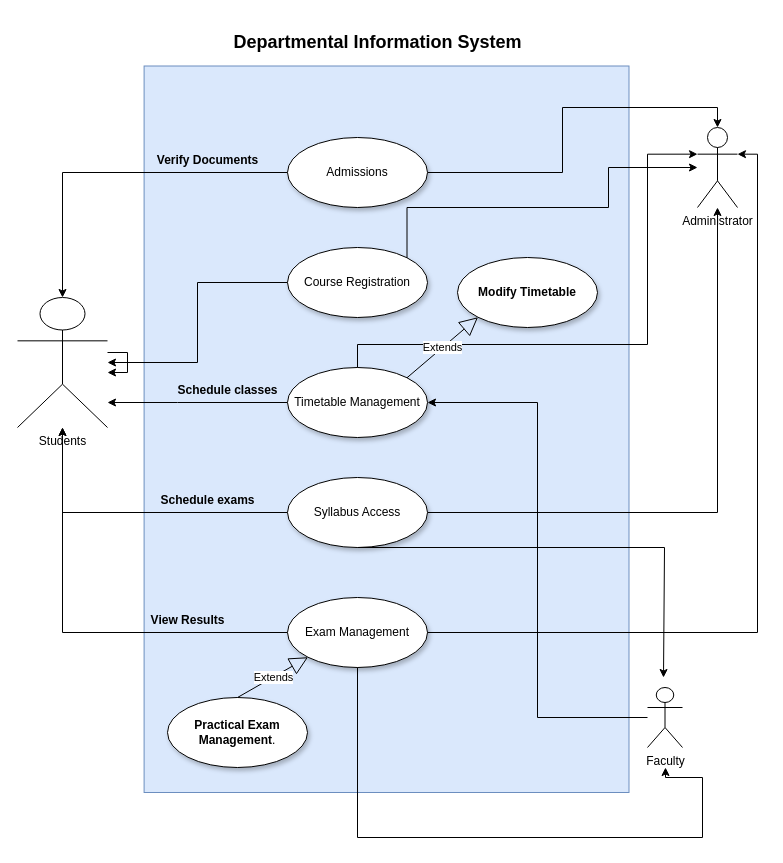
The draw.io diagram Lab1.drawio in AdityaJyoti2002/calendar-, before the edit. Source tidied: cells renumbered, new cells numbered last; positions are measured from the earlier drawing's top-left corner, leaving out a move shared by most shapes. Both pictures are drawn from the tidied source at 100%, with x=0, y=0 at pixel (17, 17).
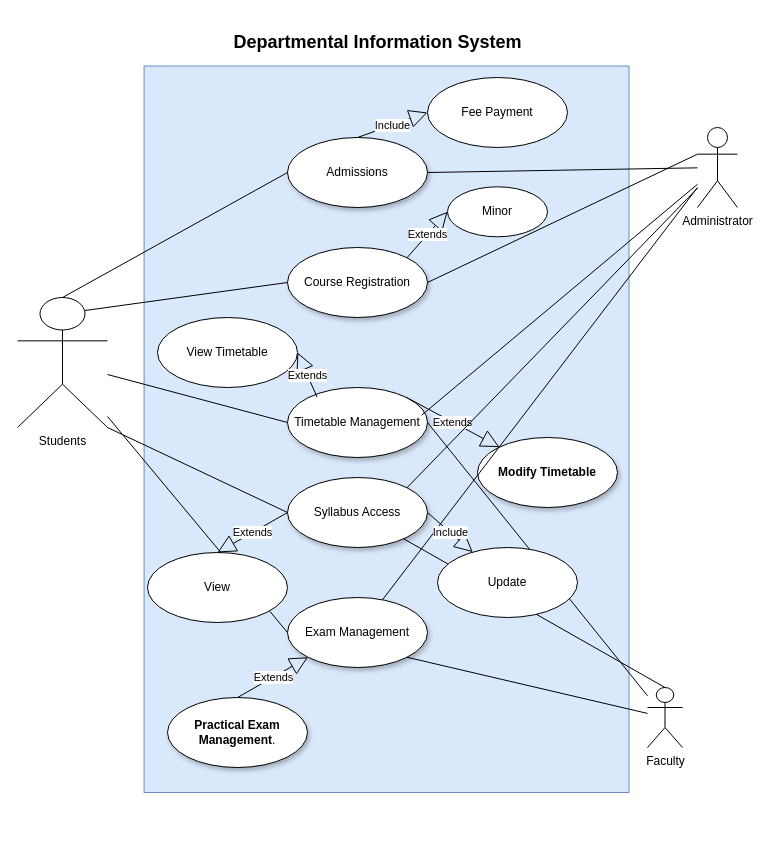
After the change.

The change refers to these unchanged cells:
```xml
<mxCell id="3" value="Students" style="shape=umlActor;verticalLabelPosition=bottom;verticalAlign=top;html=1;outlineConnect=0;" parent="1" vertex="1">
  <mxGeometry y="280" width="90" height="130" as="geometry" />
</mxCell>
<mxCell id="7" value="Course Registration" style="ellipse;whiteSpace=wrap;html=1;shadow=1;" parent="1" vertex="1">
  <mxGeometry x="270" y="230" width="140" height="70" as="geometry" />
</mxCell>
<mxCell id="12" value="Syllabus Access" style="ellipse;whiteSpace=wrap;html=1;shadow=1;" parent="1" vertex="1">
  <mxGeometry x="270" y="460" width="140" height="70" as="geometry" />
</mxCell>
<mxCell id="14" value="Exam Management" style="ellipse;whiteSpace=wrap;html=1;shadow=1;" parent="1" vertex="1">
  <mxGeometry x="270" y="580" width="140" height="70" as="geometry" />
</mxCell>
<mxCell id="15" value="Administrator" style="shape=umlActor;verticalLabelPosition=bottom;verticalAlign=top;html=1;" parent="1" vertex="1">
  <mxGeometry x="680" y="110" width="40" height="80" as="geometry" />
</mxCell>
<mxCell id="17" value="Faculty" style="shape=umlActor;verticalLabelPosition=bottom;verticalAlign=top;html=1;" parent="1" vertex="1">
  <mxGeometry x="630" y="670" width="35" height="60" as="geometry" />
</mxCell>
<mxCell id="29" value="Admissions" style="ellipse;whiteSpace=wrap;html=1;shadow=1;" parent="1" vertex="1">
  <mxGeometry x="270" y="120" width="140" height="70" as="geometry" />
</mxCell>
```

What changed in the source:
```diff
@@
-    <mxCell id="4" style="edgeStyle=orthogonalEdgeStyle;rounded=0;jettySize=auto;html=1;exitX=0;exitY=0.5;exitDx=0;exitDy=0;entryX=0.5;entryY=0;entryDx=0;entryDy=0;entryPerimeter=0;" parent="1" edge="1" source="29" target="3">
-      <mxGeometry relative="1" as="geometry" />
-    </mxCell>
-    <mxCell id="5" style="edgeStyle=orthogonalEdgeStyle;rounded=0;jettySize=auto;html=1;" parent="1" edge="1" source="7" target="3">
-      <mxGeometry relative="1" as="geometry" />
-    </mxCell>
-    <mxCell id="6" style="edgeStyle=orthogonalEdgeStyle;rounded=0;jettySize=auto;html=1;exitX=1;exitY=0;exitDx=0;exitDy=0;" parent="1" edge="1" source="7" target="15">
-      <mxGeometry relative="1" as="geometry">
-        <Array as="points">
-          <mxPoint x="390" y="190" />
-          <mxPoint x="591" y="190" />
-          <mxPoint x="591" y="150" />
-        </Array>
-      </mxGeometry>
-    </mxCell>
@@
-    <mxCell id="8" style="edgeStyle=orthogonalEdgeStyle;rounded=0;jettySize=auto;html=1;" parent="1" edge="1" source="9" target="3">
-      <mxGeometry relative="1" as="geometry">
-        <Array as="points">
-          <mxPoint x="160" y="385" />
-          <mxPoint x="160" y="385" />
-        </Array>
-      </mxGeometry>
-    </mxCell>
     <mxCell id="9" value="Timetable Management" style="ellipse;whiteSpace=wrap;html=1;shadow=1;" parent="1" vertex="1">
-      <mxGeometry x="270" y="350" width="140" height="70" as="geometry" />
+      <mxGeometry x="270" y="370" width="140" height="70" as="geometry" />
     </mxCell>
-    <mxCell id="10" style="edgeStyle=orthogonalEdgeStyle;rounded=0;jettySize=auto;html=1;" parent="1" edge="1" source="12" target="3">
-      <mxGeometry relative="1" as="geometry" />
-    </mxCell>
-    <mxCell id="11" style="edgeStyle=orthogonalEdgeStyle;rounded=0;jettySize=auto;html=1;" parent="1" edge="1" source="12" target="15">
-      <mxGeometry relative="1" as="geometry" />
-    </mxCell>
@@
-    <mxCell id="13" style="edgeStyle=orthogonalEdgeStyle;rounded=0;jettySize=auto;html=1;" parent="1" edge="1" source="14" target="3">
-      <mxGeometry relative="1" as="geometry" />
-    </mxCell>
@@
-    <mxCell id="16" style="edgeStyle=orthogonalEdgeStyle;rounded=0;jettySize=auto;html=1;entryX=1;entryY=0.5;entryDx=0;entryDy=0;" parent="1" edge="1" source="17" target="9">
-      <mxGeometry relative="1" as="geometry" />
-    </mxCell>
@@
-    <mxCell id="18" style="edgeStyle=orthogonalEdgeStyle;rounded=0;jettySize=auto;html=1;entryX=0.5;entryY=0;entryDx=0;entryDy=0;entryPerimeter=0;" parent="1" edge="1" source="29" target="15">
-      <mxGeometry relative="1" as="geometry" />
-    </mxCell>
-    <mxCell id="19" style="edgeStyle=orthogonalEdgeStyle;rounded=0;jettySize=auto;html=1;entryX=1;entryY=0.3333333333333333;entryDx=0;entryDy=0;entryPerimeter=0;" parent="1" edge="1" source="14" target="15">
-      <mxGeometry relative="1" as="geometry" />
-    </mxCell>
-    <mxCell id="20" style="edgeStyle=orthogonalEdgeStyle;rounded=0;jettySize=auto;html=1;" parent="1" edge="1" source="12">
-      <mxGeometry relative="1" as="geometry">
-        <mxPoint x="646" y="660" as="targetPoint" />
-        <Array as="points">
-          <mxPoint x="647" y="530" />
-          <mxPoint x="647" y="660" />
-        </Array>
-      </mxGeometry>
-    </mxCell>
-    <mxCell id="21" value="View Results" style="text;align=center;fontStyle=1;verticalAlign=middle;spacingLeft=3;spacingRight=3;strokeColor=none;html=1;" parent="1" vertex="1">
-      <mxGeometry x="130" y="590" width="80" height="26" as="geometry" />
-    </mxCell>
-    <mxCell id="22" value="Verify Documents" style="text;align=center;fontStyle=1;verticalAlign=middle;spacingLeft=3;spacingRight=3;strokeColor=none;html=1;" parent="1" vertex="1">
-      <mxGeometry x="150" y="130" width="80" height="26" as="geometry" />
-    </mxCell>
-    <mxCell id="23" style="edgeStyle=orthogonalEdgeStyle;rounded=0;jettySize=auto;html=1;" parent="1" edge="1" source="14">
-      <mxGeometry relative="1" as="geometry">
-        <mxPoint x="648" y="750" as="targetPoint" />
-        <Array as="points">
-          <mxPoint x="340" y="820" />
-          <mxPoint x="685" y="820" />
-          <mxPoint x="685" y="760" />
-          <mxPoint x="648" y="760" />
-        </Array>
-      </mxGeometry>
-    </mxCell>
-    <mxCell id="24" style="edgeStyle=orthogonalEdgeStyle;rounded=0;jettySize=auto;html=1;entryX=0;entryY=0.3333333333333333;entryDx=0;entryDy=0;entryPerimeter=0;" parent="1" edge="1" source="9" target="15">
-      <mxGeometry relative="1" as="geometry">
-        <Array as="points">
-          <mxPoint x="340" y="327" />
-          <mxPoint x="630" y="327" />
-          <mxPoint x="630" y="137" />
-        </Array>
-      </mxGeometry>
-    </mxCell>
@@
     <mxCell id="26" value="&lt;strong&gt;Modify Timetable&lt;/strong&gt;" style="ellipse;whiteSpace=wrap;html=1;shadow=1;" parent="1" vertex="1">
-      <mxGeometry x="440" y="240" width="140" height="70" as="geometry" />
+      <mxGeometry x="460" y="420" width="140" height="70" as="geometry" />
     </mxCell>
-    <mxCell id="27" value="Schedule classes" style="text;align=center;fontStyle=1;verticalAlign=middle;spacingLeft=3;spacingRight=3;strokeColor=none;html=1;" parent="1" vertex="1">
-      <mxGeometry x="170" y="360" width="80" height="26" as="geometry" />
-    </mxCell>
-    <mxCell id="28" value="Schedule exams" style="text;align=center;fontStyle=1;verticalAlign=middle;spacingLeft=3;spacingRight=3;strokeColor=none;html=1;" parent="1" vertex="1">
-      <mxGeometry x="150" y="470" width="80" height="26" as="geometry" />
-    </mxCell>
@@
-    <mxCell id="32" value="Extends" style="endArrow=block;endSize=16;endFill=0;html=1;rounded=0;exitX=1;exitY=0;exitDx=0;exitDy=0;entryX=0;entryY=1;entryDx=0;entryDy=0;" parent="1" edge="1" source="9" target="26">
+    <mxCell id="32" value="Extends" style="endArrow=block;endSize=16;endFill=0;html=1;rounded=0;exitX=1;exitY=0;exitDx=0;exitDy=0;" parent="1" edge="1" source="9" target="26">
       <mxGeometry relative="1" as="geometry" />
     </mxCell>
-    <mxCell id="33" style="edgeStyle=orthogonalEdgeStyle;rounded=0;orthogonalLoop=1;jettySize=auto;html=1;" parent="1" edge="1" source="3" target="3">
-      <mxGeometry relative="1" as="geometry" />
-    </mxCell>
+    <mxCell id="34" style="endArrow=none;html=1;rounded=0;exitX=1;exitY=0.5;exitDx=0;exitDy=0;" parent="1" edge="1" source="9" target="17">
+      <mxGeometry relative="1" as="geometry" />
+    </mxCell>
+    <mxCell id="35" style="endArrow=none;html=1;rounded=0;entryX=0;entryY=0.5;entryDx=0;entryDy=0;" parent="1" edge="1" source="3" target="14">
+      <mxGeometry relative="1" as="geometry" />
+    </mxCell>
+    <mxCell id="36" style="endArrow=none;html=1;rounded=0;exitX=1;exitY=1;exitDx=0;exitDy=0;exitPerimeter=0;entryX=0;entryY=0.5;entryDx=0;entryDy=0;" parent="1" edge="1" source="3" target="12">
+      <mxGeometry relative="1" as="geometry" />
+    </mxCell>
+    <mxCell id="37" style="endArrow=none;html=1;rounded=0;entryX=0;entryY=0.5;entryDx=0;entryDy=0;exitX=0.5;exitY=0;exitDx=0;exitDy=0;exitPerimeter=0;" parent="1" edge="1" source="3" target="29">
+      <mxGeometry relative="1" as="geometry" />
+    </mxCell>
+    <mxCell id="38" style="endArrow=none;html=1;rounded=0;entryX=0;entryY=0.5;entryDx=0;entryDy=0;" parent="1" edge="1" source="3" target="9">
+      <mxGeometry relative="1" as="geometry" />
+    </mxCell>
+    <mxCell id="39" style="endArrow=none;html=1;rounded=0;exitX=0.75;exitY=0.1;exitDx=0;exitDy=0;exitPerimeter=0;entryX=0;entryY=0.5;entryDx=0;entryDy=0;" parent="1" edge="1" source="3" target="7">
+      <mxGeometry relative="1" as="geometry" />
+    </mxCell>
+    <mxCell id="40" style="endArrow=none;html=1;rounded=0;entryX=1;entryY=1;entryDx=0;entryDy=0;" parent="1" edge="1" source="17" target="14">
+      <mxGeometry relative="1" as="geometry" />
+    </mxCell>
+    <mxCell id="41" style="endArrow=none;html=1;rounded=0;entryX=0.5;entryY=0;entryDx=0;entryDy=0;entryPerimeter=0;" parent="1" edge="1" source="12" target="17">
+      <mxGeometry relative="1" as="geometry" />
+    </mxCell>
+    <mxCell id="24" style="endArrow=none;html=1;rounded=0;exitX=0.958;exitY=0.396;exitDx=0;exitDy=0;exitPerimeter=0;" parent="1" edge="1" source="9" target="15">
+      <mxGeometry relative="1" as="geometry" />
+    </mxCell>
+    <mxCell id="11" style="endArrow=none;html=1;rounded=0;exitX=1;exitY=0;exitDx=0;exitDy=0;" parent="1" edge="1" source="12" target="15">
+      <mxGeometry relative="1" as="geometry" />
+    </mxCell>
+    <mxCell id="6" style="endArrow=none;html=1;rounded=0;exitX=1;exitY=0.5;exitDx=0;exitDy=0;entryX=0;entryY=0.3333333333333333;entryDx=0;entryDy=0;entryPerimeter=0;" parent="1" edge="1" source="7" target="15">
+      <mxGeometry relative="1" as="geometry" />
+    </mxCell>
+    <mxCell id="18" style="endArrow=none;html=1;rounded=0;exitX=1;exitY=0.5;exitDx=0;exitDy=0;" parent="1" edge="1" source="29" target="15">
+      <mxGeometry relative="1" as="geometry" />
+    </mxCell>
+    <mxCell id="42" style="endArrow=none;html=1;rounded=0;" parent="1" edge="1" source="14">
+      <mxGeometry relative="1" as="geometry">
+        <mxPoint x="680" y="170" as="targetPoint" />
+      </mxGeometry>
+    </mxCell>
+    <mxCell id="43" value="Extends" style="endArrow=block;endSize=16;endFill=0;html=1;rounded=0;exitX=1;exitY=0;exitDx=0;exitDy=0;entryX=0;entryY=0.5;entryDx=0;entryDy=0;" parent="1" edge="1" source="7" target="44">
+      <mxGeometry relative="1" as="geometry" />
+    </mxCell>
+    <mxCell id="44" value="Minor" style="ellipse;whiteSpace=wrap;html=1;" parent="1" vertex="1">
+      <mxGeometry x="430" y="169.3" width="100" height="50" as="geometry" />
+    </mxCell>
+    <mxCell id="45" value="View Timetable" style="ellipse;whiteSpace=wrap;html=1;" parent="1" vertex="1">
+      <mxGeometry x="140" y="300" width="140" height="70" as="geometry" />
+    </mxCell>
+    <mxCell id="46" value="Extends" style="endArrow=block;endSize=16;endFill=0;html=1;rounded=0;exitX=0.211;exitY=0.136;exitDx=0;exitDy=0;exitPerimeter=0;entryX=1;entryY=0.5;entryDx=0;entryDy=0;" parent="1" edge="1" source="9" target="45">
+      <mxGeometry relative="1" as="geometry" />
+    </mxCell>
+    <mxCell id="47" value="View" style="ellipse;whiteSpace=wrap;html=1;" parent="1" vertex="1">
+      <mxGeometry x="130" y="535" width="140" height="70" as="geometry" />
+    </mxCell>
+    <mxCell id="48" value="Update" style="ellipse;whiteSpace=wrap;html=1;" parent="1" vertex="1">
+      <mxGeometry x="420" y="530" width="140" height="70" as="geometry" />
+    </mxCell>
+    <mxCell id="49" value="Extends" style="endArrow=block;endSize=16;endFill=0;html=1;rounded=0;exitX=0;exitY=0.5;exitDx=0;exitDy=0;entryX=0.5;entryY=0;entryDx=0;entryDy=0;" parent="1" edge="1" source="12" target="47">
+      <mxGeometry relative="1" as="geometry" />
+    </mxCell>
+    <mxCell id="50" value="Include" style="endArrow=block;endSize=16;endFill=0;html=1;rounded=0;exitX=1;exitY=0.5;exitDx=0;exitDy=0;" parent="1" edge="1" source="12" target="48">
+      <mxGeometry relative="1" as="geometry" />
+    </mxCell>
+    <mxCell id="51" value="Fee Payment" style="ellipse;whiteSpace=wrap;html=1;" parent="1" vertex="1">
+      <mxGeometry x="410" y="60" width="140" height="70" as="geometry" />
+    </mxCell>
+    <mxCell id="52" value="Include" style="endArrow=block;endSize=16;endFill=0;html=1;rounded=0;exitX=0.5;exitY=0;exitDx=0;exitDy=0;entryX=0;entryY=0.5;entryDx=0;entryDy=0;" parent="1" edge="1" source="29" target="51">
+      <mxGeometry relative="1" as="geometry" />
+    </mxCell>
```
